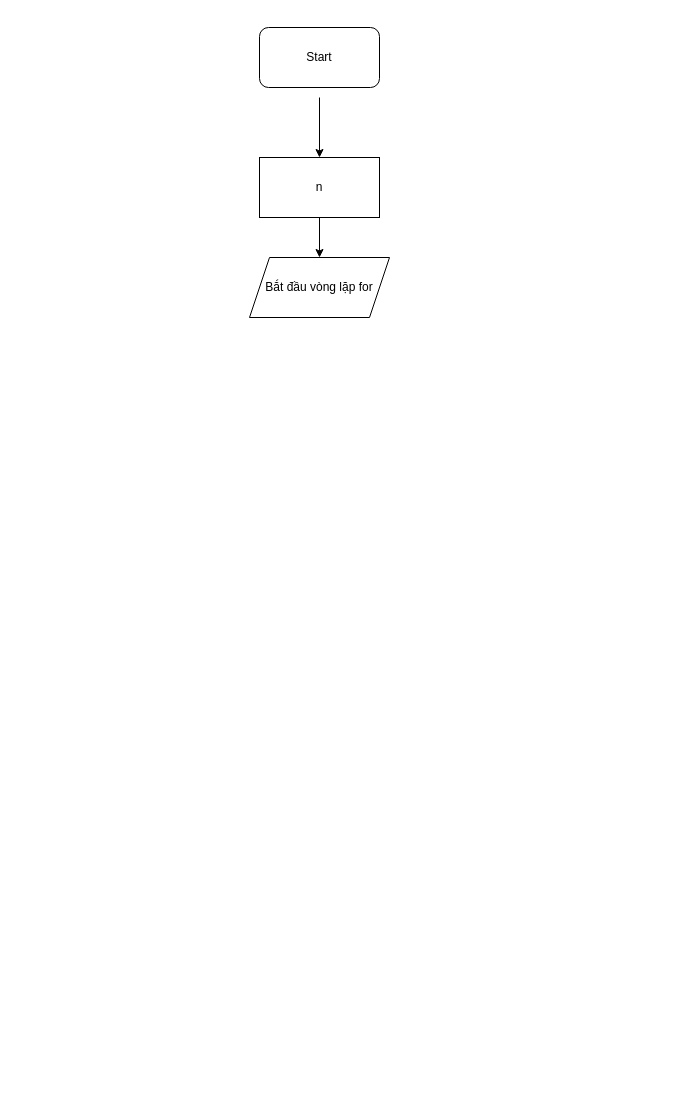
This is Biểu đồ không có tiêu đề.drawio from huyduc2604/BuiXuanHuyDuc_K24A_drawio, a draw.io file, before an edit. Source tidied: cells renumbered, new cells numbered last; positions are measured from the earlier drawing's top-left corner, leaving out a move shared by most shapes. Both pictures are drawn from the tidied source at 100%, with x=0, y=0 at pixel (249, 27).
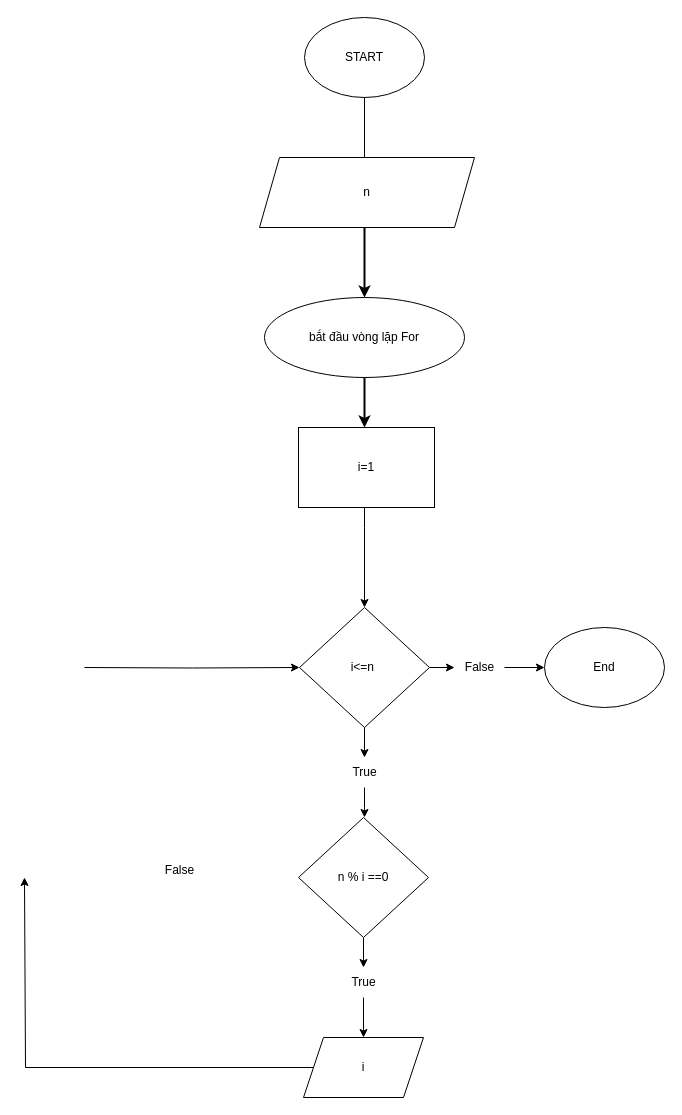
Above is the later version.

What changed in the source:
```diff
@@
-    <mxCell id="2" value="Start" style="rounded=1;whiteSpace=wrap;html=1;" parent="1" vertex="1">
-      <mxGeometry x="10" width="120" height="60" as="geometry" />
-    </mxCell>
+    <mxCell id="7" value="START" style="ellipse;whiteSpace=wrap;html=1;" parent="1" vertex="1">
+      <mxGeometry x="55" y="-10" width="120" height="80" as="geometry" />
+    </mxCell>
+    <mxCell id="8" style="endArrow=classic;html=1;rounded=0;exitX=0.5;exitY=1;exitDx=0;exitDy=0;entryX=0.5;entryY=0;entryDx=0;entryDy=0;" parent="1" edge="1" source="7">
+      <mxGeometry relative="1" as="geometry">
+        <mxPoint x="115" y="140" as="targetPoint" />
+      </mxGeometry>
+    </mxCell>
+    <mxCell id="9" style="endArrow=classic;html=1;rounded=0;exitX=0.5;exitY=1;exitDx=0;exitDy=0;strokeWidth=2;" parent="1" edge="1">
+      <mxGeometry relative="1" as="geometry">
+        <mxPoint x="115" y="200" as="sourcePoint" />
+        <mxPoint x="115" y="270" as="targetPoint" />
+      </mxGeometry>
+    </mxCell>
+    <mxCell id="10" style="endArrow=classic;html=1;rounded=0;exitX=0.5;exitY=1;exitDx=0;exitDy=0;entryX=0.5;entryY=0;entryDx=0;entryDy=0;strokeWidth=2;" parent="1" edge="1">
+      <mxGeometry relative="1" as="geometry">
+        <mxPoint x="115" y="340" as="sourcePoint" />
+        <mxPoint x="115" y="400" as="targetPoint" />
+      </mxGeometry>
+    </mxCell>
+    <mxCell id="11" style="edgeStyle=orthogonalEdgeStyle;rounded=0;jettySize=auto;html=1;" parent="1" edge="1" source="23">
+      <mxGeometry relative="1" as="geometry">
+        <mxPoint x="115" y="790" as="targetPoint" />
+      </mxGeometry>
+    </mxCell>
+    <mxCell id="12" style="edgeStyle=orthogonalEdgeStyle;rounded=0;jettySize=auto;html=1;" parent="1" edge="1" source="27" target="25">
+      <mxGeometry relative="1" as="geometry" />
+    </mxCell>
+    <mxCell id="13" value="i&amp;lt;=n&amp;nbsp;" style="rhombus;whiteSpace=wrap;html=1;" parent="1" vertex="1">
+      <mxGeometry x="50" y="580" width="130" height="120" as="geometry" />
+    </mxCell>
+    <mxCell id="14" value="bắt đầu vòng lặp For" style="ellipse;whiteSpace=wrap;html=1;" parent="1" vertex="1">
+      <mxGeometry x="15" y="270" width="200" height="80" as="geometry" />
+    </mxCell>
-    <mxCell id="3" value="n" style="rounded=0;whiteSpace=wrap;html=1;" parent="1" vertex="1">
-      <mxGeometry x="10" y="130" width="120" height="60" as="geometry" />
+    <mxCell id="3" value="n" style="shape=parallelogram;perimeter=parallelogramPerimeter;whiteSpace=wrap;html=1;fixedSize=1;" parent="1" vertex="1">
+      <mxGeometry x="10" y="130" width="215" height="70" as="geometry" />
     </mxCell>
-    <mxCell id="4" value="Bắt đầu vòng lặp for" style="shape=parallelogram;perimeter=parallelogramPerimeter;whiteSpace=wrap;html=1;fixedSize=1;" parent="1" vertex="1">
-      <mxGeometry y="230" width="140" height="60" as="geometry" />
-    </mxCell>
-    <mxCell id="5" style="endArrow=classic;html=1;rounded=0;entryX=0.5;entryY=0;entryDx=0;entryDy=0;" parent="1" edge="1" target="3">
-      <mxGeometry relative="1" as="geometry">
-        <mxPoint x="70" y="70" as="sourcePoint" />
-      </mxGeometry>
-    </mxCell>
-    <mxCell id="6" style="endArrow=classic;html=1;rounded=0;entryX=0.5;entryY=0;entryDx=0;entryDy=0;" parent="1" edge="1" target="4">
-      <mxGeometry relative="1" as="geometry">
-        <mxPoint x="70" y="190" as="sourcePoint" />
-      </mxGeometry>
-    </mxCell>
+    <mxCell id="15" style="edgeStyle=orthogonalEdgeStyle;rounded=0;jettySize=auto;html=1;" parent="1" edge="1" source="29" target="20">
+      <mxGeometry relative="1" as="geometry" />
+    </mxCell>
+    <mxCell id="16" value="n % i ==0" style="rhombus;whiteSpace=wrap;html=1;" parent="1" vertex="1">
+      <mxGeometry x="49" y="790" width="130" height="120" as="geometry" />
+    </mxCell>
+    <mxCell id="17" style="edgeStyle=orthogonalEdgeStyle;rounded=0;jettySize=auto;html=1;" parent="1" edge="1" source="18" target="13">
+      <mxGeometry relative="1" as="geometry">
+        <Array as="points">
+          <mxPoint x="115" y="500" />
+          <mxPoint x="115" y="500" />
+        </Array>
+      </mxGeometry>
+    </mxCell>
+    <mxCell id="18" value="i=1" style="rounded=0;whiteSpace=wrap;html=1;" parent="1" vertex="1">
+      <mxGeometry x="49" y="400" width="136" height="80" as="geometry" />
+    </mxCell>
+    <mxCell id="19" style="edgeStyle=orthogonalEdgeStyle;rounded=0;jettySize=auto;html=1;exitX=0;exitY=0.5;exitDx=0;exitDy=0;" parent="1" edge="1" source="20">
+      <mxGeometry relative="1" as="geometry">
+        <mxPoint x="-225" y="850" as="targetPoint" />
+        <Array as="points">
+          <mxPoint x="-224" y="1040" />
+        </Array>
+      </mxGeometry>
+    </mxCell>
+    <mxCell id="20" value="i" style="shape=parallelogram;perimeter=parallelogramPerimeter;whiteSpace=wrap;html=1;fixedSize=1;" parent="1" vertex="1">
+      <mxGeometry x="54" y="1010" width="120" height="60" as="geometry" />
+    </mxCell>
+    <mxCell id="21" style="edgeStyle=orthogonalEdgeStyle;rounded=0;jettySize=auto;html=1;exitX=1;exitY=0.5;exitDx=0;exitDy=0;entryX=0;entryY=0.5;entryDx=0;entryDy=0;" parent="1" edge="1" target="13">
+      <mxGeometry relative="1" as="geometry">
+        <mxPoint x="-165" y="640" as="sourcePoint" />
+      </mxGeometry>
+    </mxCell>
+    <mxCell id="22" style="edgeStyle=orthogonalEdgeStyle;rounded=0;jettySize=auto;html=1;" parent="1" edge="1" source="13" target="23">
+      <mxGeometry relative="1" as="geometry" />
+    </mxCell>
+    <mxCell id="23" value="True" style="text;html=1;align=center;verticalAlign=middle;points=[];strokeColor=none;fillColor=none;" parent="1" vertex="1">
+      <mxGeometry x="90" y="730" width="50" height="30" as="geometry" />
+    </mxCell>
+    <mxCell id="24" value="False" style="text;html=1;align=center;verticalAlign=middle;strokeColor=none;fillColor=none;" parent="1" vertex="1">
+      <mxGeometry x="-95" y="828" width="50" height="30" as="geometry" />
+    </mxCell>
+    <mxCell id="25" value="End" style="ellipse;whiteSpace=wrap;html=1;" parent="1" vertex="1">
+      <mxGeometry x="295" y="600" width="120" height="80" as="geometry" />
+    </mxCell>
+    <mxCell id="26" style="edgeStyle=orthogonalEdgeStyle;rounded=0;jettySize=auto;html=1;" parent="1" edge="1" source="13" target="27">
+      <mxGeometry relative="1" as="geometry" />
+    </mxCell>
+    <mxCell id="27" value="False" style="text;html=1;align=center;verticalAlign=middle;points=[];strokeColor=none;fillColor=none;" parent="1" vertex="1">
+      <mxGeometry x="205" y="625" width="50" height="30" as="geometry" />
+    </mxCell>
+    <mxCell id="28" style="edgeStyle=orthogonalEdgeStyle;rounded=0;jettySize=auto;html=1;" parent="1" edge="1" source="16" target="29">
+      <mxGeometry relative="1" as="geometry" />
+    </mxCell>
+    <mxCell id="29" value="True" style="text;html=1;align=center;verticalAlign=middle;points=[];strokeColor=none;fillColor=none;" parent="1" vertex="1">
+      <mxGeometry x="89" y="940" width="50" height="30" as="geometry" />
+    </mxCell>
```
